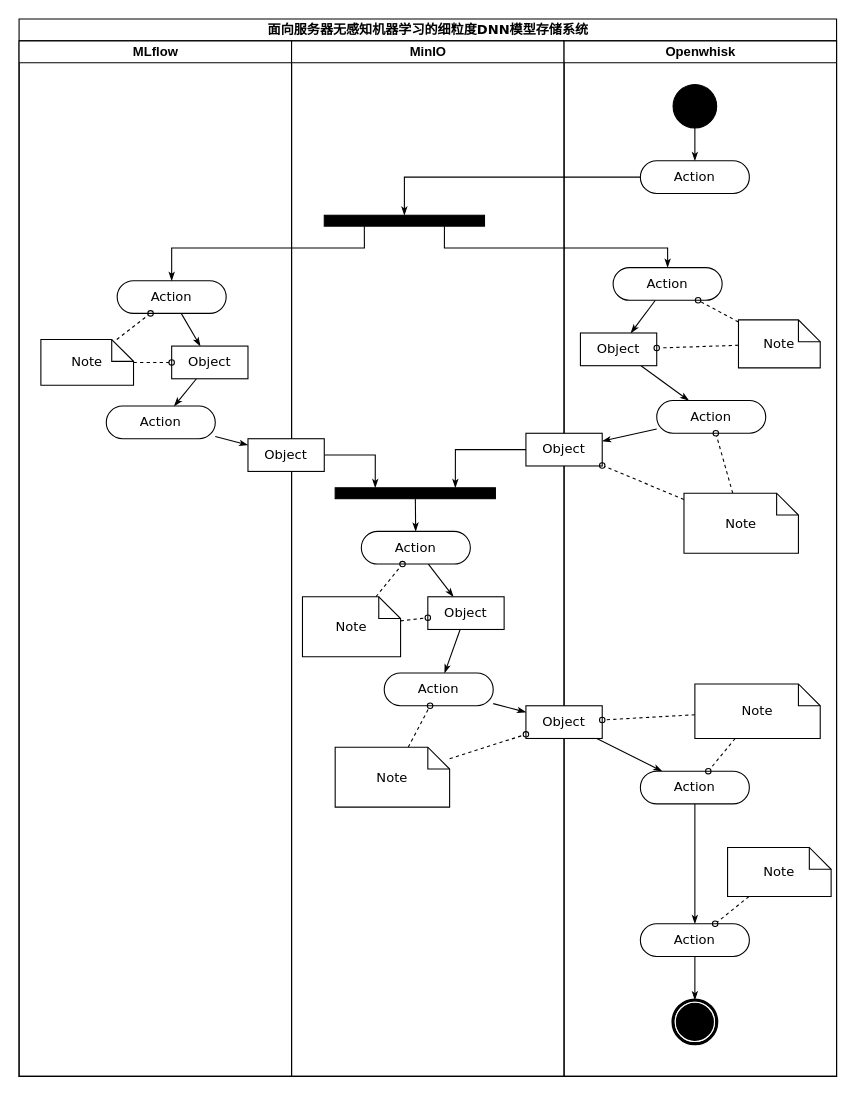
Above: 整体活动图.drawio in RexZheng-cug/chart (draw.io), before the change. Source tidied: cells renumbered, new cells numbered last; positions are measured from the earlier drawing's top-left corner, leaving out a move shared by most shapes. Both pictures are drawn from the tidied source at 109%, with x=0, y=0 at pixel (19, 19).
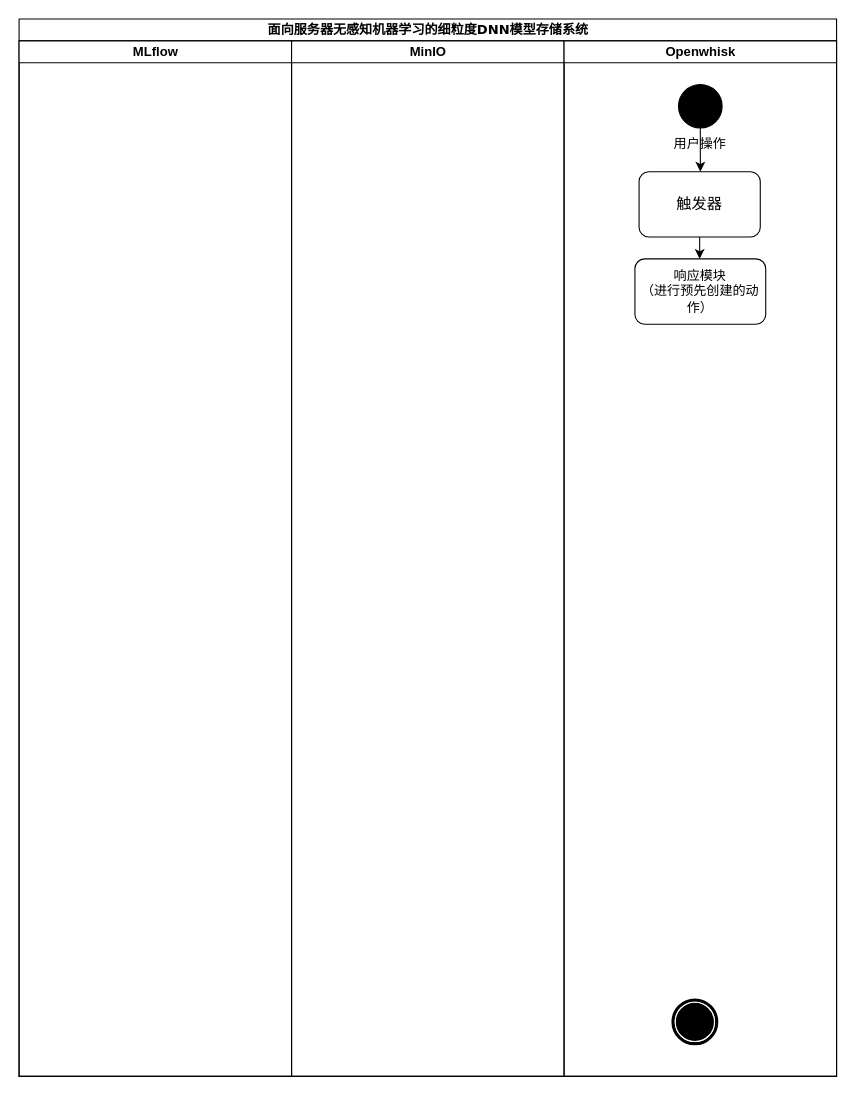
After the change.

Commit message (it also covers changes not shown here):
更新整体活动图.drawio

Unchanged cells that the change refers to:
```xml
<mxCell id="2" value="面向服务器无感知机器学习的细粒度DNN模型存储系统" style="swimlane;html=1;startSize=20;rounded=0;shadow=0;comic=0;labelBackgroundColor=none;strokeWidth=1;fontFamily=Verdana;fontSize=12;align=center;" parent="1" vertex="1">
  <mxGeometry width="750" height="970" as="geometry" />
</mxCell>
<mxCell id="3" value="MLflow" style="swimlane;html=1;startSize=20;" parent="2" vertex="1">
  <mxGeometry y="20" width="250" height="950" as="geometry" />
</mxCell>
<mxCell id="12" value="MinIO" style="swimlane;html=1;startSize=20;" parent="2" vertex="1">
  <mxGeometry x="250" y="20" width="250" height="950" as="geometry" />
</mxCell>
<mxCell id="28" value="Openwhisk" style="swimlane;html=1;startSize=20;" parent="2" vertex="1">
  <mxGeometry x="500" y="20" width="250" height="950" as="geometry" />
</mxCell>
<mxCell id="45" style="shape=mxgraph.bpmn.shape;html=1;verticalLabelPosition=bottom;labelBackgroundColor=#ffffff;verticalAlign=top;perimeter=ellipsePerimeter;outline=end;symbol=terminate;rounded=0;shadow=0;comic=0;strokeWidth=1;fontFamily=Verdana;fontSize=12;align=center;" parent="28" vertex="1">
  <mxGeometry x="100" y="880" width="40" height="40" as="geometry" />
</mxCell>
```

Change to the diagram source:
```diff
@@
-    <mxCell id="4" style="edgeStyle=none;rounded=0;html=1;labelBackgroundColor=none;startArrow=none;startFill=0;startSize=5;endArrow=classicThin;endFill=1;endSize=5;jettySize=auto;strokeWidth=1;fontFamily=Verdana;fontSize=12;" parent="3" edge="1" source="5" target="8">
-      <mxGeometry relative="1" as="geometry" />
-    </mxCell>
-    <mxCell id="5" value="Action" style="rounded=1;whiteSpace=wrap;html=1;shadow=0;comic=0;labelBackgroundColor=none;strokeWidth=1;fontFamily=Verdana;fontSize=12;align=center;arcSize=50;" parent="3" vertex="1">
-      <mxGeometry x="90" y="220" width="100" height="30" as="geometry" />
-    </mxCell>
-    <mxCell id="6" value="Action" style="rounded=1;whiteSpace=wrap;html=1;shadow=0;comic=0;labelBackgroundColor=none;strokeWidth=1;fontFamily=Verdana;fontSize=12;align=center;arcSize=50;" parent="3" vertex="1">
-      <mxGeometry x="80" y="335" width="100" height="30" as="geometry" />
-    </mxCell>
-    <mxCell id="7" style="edgeStyle=none;rounded=0;html=1;labelBackgroundColor=none;startArrow=none;startFill=0;startSize=5;endArrow=classicThin;endFill=1;endSize=5;jettySize=auto;strokeWidth=1;fontFamily=Verdana;fontSize=12;" parent="3" edge="1" source="8" target="6">
-      <mxGeometry relative="1" as="geometry" />
-    </mxCell>
-    <mxCell id="8" value="Object" style="rounded=0;whiteSpace=wrap;html=1;shadow=0;comic=0;labelBackgroundColor=none;strokeWidth=1;fontFamily=Verdana;fontSize=12;align=center;arcSize=50;" parent="3" vertex="1">
-      <mxGeometry x="140" y="280" width="70" height="30" as="geometry" />
-    </mxCell>
-    <mxCell id="9" style="edgeStyle=none;rounded=0;html=1;labelBackgroundColor=none;startArrow=none;startFill=0;startSize=5;endArrow=oval;endFill=0;endSize=5;jettySize=auto;strokeWidth=1;fontFamily=Verdana;fontSize=12;dashed=1;" parent="3" edge="1" source="11" target="5">
-      <mxGeometry relative="1" as="geometry" />
-    </mxCell>
-    <mxCell id="10" style="edgeStyle=none;rounded=0;html=1;dashed=1;labelBackgroundColor=none;startArrow=none;startFill=0;startSize=5;endArrow=oval;endFill=0;endSize=5;jettySize=auto;strokeWidth=1;fontFamily=Verdana;fontSize=12;" parent="3" edge="1" source="11" target="8">
-      <mxGeometry relative="1" as="geometry" />
-    </mxCell>
-    <mxCell id="11" value="Note" style="shape=note;whiteSpace=wrap;html=1;rounded=0;shadow=0;comic=0;labelBackgroundColor=none;strokeWidth=1;fontFamily=Verdana;fontSize=12;align=center;size=20;" parent="3" vertex="1">
-      <mxGeometry x="20" y="274" width="85" height="42" as="geometry" />
-    </mxCell>
@@
-    <mxCell id="13" style="whiteSpace=wrap;html=1;rounded=0;shadow=0;comic=0;labelBackgroundColor=none;strokeWidth=1;fillColor=#000000;fontFamily=Verdana;fontSize=12;align=center;rotation=0;" parent="12" vertex="1">
-      <mxGeometry x="30" y="160" width="147" height="10" as="geometry" />
-    </mxCell>
-    <mxCell id="14" style="edgeStyle=none;rounded=0;html=1;labelBackgroundColor=none;startArrow=none;startFill=0;startSize=5;endArrow=classicThin;endFill=1;endSize=5;jettySize=auto;strokeWidth=1;fontFamily=Verdana;fontSize=12;" parent="12" edge="1" source="15" target="21">
-      <mxGeometry relative="1" as="geometry" />
-    </mxCell>
-    <mxCell id="15" value="Action" style="rounded=1;whiteSpace=wrap;html=1;shadow=0;comic=0;labelBackgroundColor=none;strokeWidth=1;fontFamily=Verdana;fontSize=12;align=center;arcSize=50;" parent="12" vertex="1">
-      <mxGeometry x="64" y="450" width="100" height="30" as="geometry" />
-    </mxCell>
-    <mxCell id="16" style="edgeStyle=none;rounded=0;html=1;labelBackgroundColor=none;startArrow=none;startFill=0;startSize=5;endArrow=classicThin;endFill=1;endSize=5;jettySize=auto;strokeWidth=1;fontFamily=Verdana;fontSize=12;" parent="12" edge="1" source="17" target="15">
-      <mxGeometry relative="1" as="geometry" />
-    </mxCell>
-    <mxCell id="17" style="whiteSpace=wrap;html=1;rounded=0;shadow=0;comic=0;labelBackgroundColor=none;strokeWidth=1;fillColor=#000000;fontFamily=Verdana;fontSize=12;align=center;rotation=0;" parent="12" vertex="1">
-      <mxGeometry x="40" y="410" width="147" height="10" as="geometry" />
-    </mxCell>
-    <mxCell id="18" style="edgeStyle=orthogonalEdgeStyle;rounded=0;html=1;entryX=0.25;entryY=0;labelBackgroundColor=none;startArrow=none;startFill=0;startSize=5;endArrow=classicThin;endFill=1;endSize=5;jettySize=auto;strokeWidth=1;fontFamily=Verdana;fontSize=12;" parent="12" edge="1" source="19" target="17">
-      <mxGeometry relative="1" as="geometry" />
-    </mxCell>
-    <mxCell id="19" value="Object" style="rounded=0;whiteSpace=wrap;html=1;shadow=0;comic=0;labelBackgroundColor=none;strokeWidth=1;fontFamily=Verdana;fontSize=12;align=center;arcSize=50;" parent="12" vertex="1">
-      <mxGeometry x="-40" y="365" width="70" height="30" as="geometry" />
-    </mxCell>
-    <mxCell id="20" style="edgeStyle=none;rounded=0;html=1;labelBackgroundColor=none;startArrow=none;startFill=0;startSize=5;endArrow=classicThin;endFill=1;endSize=5;jettySize=auto;strokeWidth=1;fontFamily=Verdana;fontSize=12;" parent="12" edge="1" source="21" target="22">
-      <mxGeometry relative="1" as="geometry" />
-    </mxCell>
-    <mxCell id="21" value="Object" style="rounded=0;whiteSpace=wrap;html=1;shadow=0;comic=0;labelBackgroundColor=none;strokeWidth=1;fontFamily=Verdana;fontSize=12;align=center;arcSize=50;" parent="12" vertex="1">
-      <mxGeometry x="125" y="510" width="70" height="30" as="geometry" />
-    </mxCell>
-    <mxCell id="22" value="Action" style="rounded=1;whiteSpace=wrap;html=1;shadow=0;comic=0;labelBackgroundColor=none;strokeWidth=1;fontFamily=Verdana;fontSize=12;align=center;arcSize=50;" parent="12" vertex="1">
-      <mxGeometry x="85" y="580" width="100" height="30" as="geometry" />
-    </mxCell>
-    <mxCell id="23" style="edgeStyle=none;rounded=0;html=1;dashed=1;labelBackgroundColor=none;startArrow=none;startFill=0;startSize=5;endArrow=oval;endFill=0;endSize=5;jettySize=auto;strokeWidth=1;fontFamily=Verdana;fontSize=12;" parent="12" edge="1" source="25" target="15">
-      <mxGeometry relative="1" as="geometry" />
-    </mxCell>
-    <mxCell id="24" style="edgeStyle=none;rounded=0;html=1;dashed=1;labelBackgroundColor=none;startArrow=none;startFill=0;startSize=5;endArrow=oval;endFill=0;endSize=5;jettySize=auto;strokeWidth=1;fontFamily=Verdana;fontSize=12;" parent="12" edge="1" source="25" target="21">
-      <mxGeometry relative="1" as="geometry" />
-    </mxCell>
-    <mxCell id="25" value="Note" style="shape=note;whiteSpace=wrap;html=1;rounded=0;shadow=0;comic=0;labelBackgroundColor=none;strokeWidth=1;fontFamily=Verdana;fontSize=12;align=center;size=20;" parent="12" vertex="1">
-      <mxGeometry x="10" y="510" width="90" height="55" as="geometry" />
-    </mxCell>
-    <mxCell id="26" style="edgeStyle=none;rounded=0;html=1;dashed=1;labelBackgroundColor=none;startArrow=none;startFill=0;startSize=5;endArrow=oval;endFill=0;endSize=5;jettySize=auto;strokeWidth=1;fontFamily=Verdana;fontSize=12;" parent="12" edge="1" source="27" target="22">
-      <mxGeometry relative="1" as="geometry" />
-    </mxCell>
-    <mxCell id="27" value="Note" style="shape=note;whiteSpace=wrap;html=1;rounded=0;shadow=0;comic=0;labelBackgroundColor=none;strokeWidth=1;fontFamily=Verdana;fontSize=12;align=center;size=20;" parent="12" vertex="1">
-      <mxGeometry x="40" y="648" width="105" height="55" as="geometry" />
-    </mxCell>
@@
-    <mxCell id="29" style="edgeStyle=orthogonalEdgeStyle;rounded=0;html=1;labelBackgroundColor=none;startArrow=none;startFill=0;startSize=5;endArrow=classicThin;endFill=1;endSize=5;jettySize=auto;strokeWidth=1;fontFamily=Verdana;fontSize=12;" parent="28" edge="1" source="30" target="31">
-      <mxGeometry relative="1" as="geometry" />
-    </mxCell>
     <mxCell id="30" style="ellipse;whiteSpace=wrap;html=1;rounded=0;shadow=0;comic=0;labelBackgroundColor=none;strokeWidth=1;fillColor=#000000;fontFamily=Verdana;fontSize=12;align=center;" parent="28" vertex="1">
-      <mxGeometry x="100" y="40" width="40" height="40" as="geometry" />
+      <mxGeometry x="105" y="40" width="40" height="40" as="geometry" />
     </mxCell>
-    <mxCell id="31" value="Action" style="rounded=1;whiteSpace=wrap;html=1;shadow=0;comic=0;labelBackgroundColor=none;strokeWidth=1;fontFamily=Verdana;fontSize=12;align=center;arcSize=50;" parent="28" vertex="1">
-      <mxGeometry x="70" y="110" width="100" height="30" as="geometry" />
-    </mxCell>
-    <mxCell id="32" style="rounded=0;html=1;labelBackgroundColor=none;startArrow=none;startFill=0;startSize=5;endArrow=classicThin;endFill=1;endSize=5;jettySize=auto;strokeWidth=1;fontFamily=Verdana;fontSize=12;" parent="28" edge="1" source="33" target="37">
-      <mxGeometry relative="1" as="geometry" />
-    </mxCell>
-    <mxCell id="33" value="Action" style="rounded=1;whiteSpace=wrap;html=1;shadow=0;comic=0;labelBackgroundColor=none;strokeWidth=1;fontFamily=Verdana;fontSize=12;align=center;arcSize=50;" parent="28" vertex="1">
-      <mxGeometry x="45" y="208" width="100" height="30" as="geometry" />
-    </mxCell>
-    <mxCell id="34" style="edgeStyle=none;rounded=0;html=1;labelBackgroundColor=none;startArrow=none;startFill=0;startSize=5;endArrow=classicThin;endFill=1;endSize=5;jettySize=auto;strokeWidth=1;fontFamily=Verdana;fontSize=12;" parent="28" edge="1" source="35" target="38">
-      <mxGeometry relative="1" as="geometry" />
-    </mxCell>
-    <mxCell id="35" value="Action" style="rounded=1;whiteSpace=wrap;html=1;shadow=0;comic=0;labelBackgroundColor=none;strokeWidth=1;fontFamily=Verdana;fontSize=12;align=center;arcSize=50;" parent="28" vertex="1">
-      <mxGeometry x="85" y="330" width="100" height="30" as="geometry" />
-    </mxCell>
-    <mxCell id="36" style="edgeStyle=none;rounded=0;html=1;labelBackgroundColor=none;startArrow=none;startFill=0;startSize=5;endArrow=classicThin;endFill=1;endSize=5;jettySize=auto;strokeWidth=1;fontFamily=Verdana;fontSize=12;" parent="28" edge="1" source="37" target="35">
-      <mxGeometry relative="1" as="geometry" />
-    </mxCell>
-    <mxCell id="37" value="Object" style="rounded=0;whiteSpace=wrap;html=1;shadow=0;comic=0;labelBackgroundColor=none;strokeWidth=1;fontFamily=Verdana;fontSize=12;align=center;arcSize=50;" parent="28" vertex="1">
-      <mxGeometry x="15" y="268" width="70" height="30" as="geometry" />
-    </mxCell>
-    <mxCell id="38" value="Object" style="rounded=0;whiteSpace=wrap;html=1;shadow=0;comic=0;labelBackgroundColor=none;strokeWidth=1;fontFamily=Verdana;fontSize=12;align=center;arcSize=50;" parent="28" vertex="1">
-      <mxGeometry x="-35" y="360" width="70" height="30" as="geometry" />
-    </mxCell>
-    <mxCell id="39" style="edgeStyle=none;rounded=0;html=1;labelBackgroundColor=none;startArrow=none;startFill=0;startSize=5;endArrow=classicThin;endFill=1;endSize=5;jettySize=auto;strokeWidth=1;fontFamily=Verdana;fontSize=12;" parent="28" edge="1" source="40" target="42">
-      <mxGeometry relative="1" as="geometry" />
-    </mxCell>
-    <mxCell id="40" value="Object" style="rounded=0;whiteSpace=wrap;html=1;shadow=0;comic=0;labelBackgroundColor=none;strokeWidth=1;fontFamily=Verdana;fontSize=12;align=center;arcSize=50;" parent="28" vertex="1">
-      <mxGeometry x="-35" y="610" width="70" height="30" as="geometry" />
-    </mxCell>
-    <mxCell id="41" style="edgeStyle=none;rounded=0;html=1;labelBackgroundColor=none;startArrow=none;startFill=0;startSize=5;endArrow=classicThin;endFill=1;endSize=5;jettySize=auto;strokeWidth=1;fontFamily=Verdana;fontSize=12;" parent="28" edge="1" source="42" target="44">
-      <mxGeometry relative="1" as="geometry" />
-    </mxCell>
-    <mxCell id="42" value="Action" style="rounded=1;whiteSpace=wrap;html=1;shadow=0;comic=0;labelBackgroundColor=none;strokeWidth=1;fontFamily=Verdana;fontSize=12;align=center;arcSize=50;" parent="28" vertex="1">
-      <mxGeometry x="70" y="670" width="100" height="30" as="geometry" />
-    </mxCell>
-    <mxCell id="43" style="edgeStyle=none;rounded=0;html=1;labelBackgroundColor=none;startArrow=none;startFill=0;startSize=5;endArrow=classicThin;endFill=1;endSize=5;jettySize=auto;strokeWidth=1;fontFamily=Verdana;fontSize=12;" parent="28" edge="1" source="44" target="45">
-      <mxGeometry relative="1" as="geometry" />
-    </mxCell>
-    <mxCell id="44" value="Action" style="rounded=1;whiteSpace=wrap;html=1;shadow=0;comic=0;labelBackgroundColor=none;strokeWidth=1;fontFamily=Verdana;fontSize=12;align=center;arcSize=50;" parent="28" vertex="1">
-      <mxGeometry x="70" y="810" width="100" height="30" as="geometry" />
-    </mxCell>
@@
-    <mxCell id="46" style="edgeStyle=none;rounded=0;html=1;dashed=1;labelBackgroundColor=none;startArrow=none;startFill=0;startSize=5;endArrow=oval;endFill=0;endSize=5;jettySize=auto;strokeWidth=1;fontFamily=Verdana;fontSize=12;" parent="28" edge="1" source="48" target="33">
-      <mxGeometry relative="1" as="geometry" />
-    </mxCell>
-    <mxCell id="47" style="edgeStyle=none;rounded=0;html=1;dashed=1;labelBackgroundColor=none;startArrow=none;startFill=0;startSize=5;endArrow=oval;endFill=0;endSize=5;jettySize=auto;strokeWidth=1;fontFamily=Verdana;fontSize=12;" parent="28" edge="1" source="48" target="37">
-      <mxGeometry relative="1" as="geometry" />
-    </mxCell>
-    <mxCell id="48" value="Note" style="shape=note;whiteSpace=wrap;html=1;rounded=0;shadow=0;comic=0;labelBackgroundColor=none;strokeWidth=1;fontFamily=Verdana;fontSize=12;align=center;size=20;" parent="28" vertex="1">
-      <mxGeometry x="160" y="256" width="75" height="44" as="geometry" />
-    </mxCell>
-    <mxCell id="49" style="edgeStyle=none;rounded=0;html=1;dashed=1;labelBackgroundColor=none;startArrow=none;startFill=0;startSize=5;endArrow=oval;endFill=0;endSize=5;jettySize=auto;strokeWidth=1;fontFamily=Verdana;fontSize=12;" parent="28" edge="1" source="51" target="35">
-      <mxGeometry relative="1" as="geometry" />
-    </mxCell>
-    <mxCell id="50" style="edgeStyle=none;rounded=0;html=1;dashed=1;labelBackgroundColor=none;startArrow=none;startFill=0;startSize=5;endArrow=oval;endFill=0;endSize=5;jettySize=auto;strokeWidth=1;fontFamily=Verdana;fontSize=12;" parent="28" edge="1" source="51" target="38">
-      <mxGeometry relative="1" as="geometry" />
-    </mxCell>
-    <mxCell id="51" value="Note" style="shape=note;whiteSpace=wrap;html=1;rounded=0;shadow=0;comic=0;labelBackgroundColor=none;strokeWidth=1;fontFamily=Verdana;fontSize=12;align=center;size=20;" parent="28" vertex="1">
-      <mxGeometry x="110" y="415" width="105" height="55" as="geometry" />
-    </mxCell>
-    <mxCell id="52" style="edgeStyle=none;rounded=0;html=1;dashed=1;labelBackgroundColor=none;startArrow=none;startFill=0;startSize=5;endArrow=oval;endFill=0;endSize=5;jettySize=auto;strokeWidth=1;fontFamily=Verdana;fontSize=12;" parent="28" edge="1" source="54" target="42">
-      <mxGeometry relative="1" as="geometry" />
-    </mxCell>
-    <mxCell id="53" style="edgeStyle=none;rounded=0;html=1;dashed=1;labelBackgroundColor=none;startArrow=none;startFill=0;startSize=5;endArrow=oval;endFill=0;endSize=5;jettySize=auto;strokeWidth=1;fontFamily=Verdana;fontSize=12;" parent="28" edge="1" source="54" target="40">
-      <mxGeometry relative="1" as="geometry" />
-    </mxCell>
-    <mxCell id="54" value="Note" style="shape=note;whiteSpace=wrap;html=1;rounded=0;shadow=0;comic=0;labelBackgroundColor=none;strokeWidth=1;fontFamily=Verdana;fontSize=12;align=center;size=20;" parent="28" vertex="1">
-      <mxGeometry x="120" y="590" width="115" height="50" as="geometry" />
-    </mxCell>
-    <mxCell id="55" style="edgeStyle=none;rounded=0;html=1;dashed=1;labelBackgroundColor=none;startArrow=none;startFill=0;startSize=5;endArrow=oval;endFill=0;endSize=5;jettySize=auto;strokeWidth=1;fontFamily=Verdana;fontSize=12;" parent="28" edge="1" source="56" target="44">
-      <mxGeometry relative="1" as="geometry" />
-    </mxCell>
-    <mxCell id="56" value="Note" style="shape=note;whiteSpace=wrap;html=1;rounded=0;shadow=0;comic=0;labelBackgroundColor=none;strokeWidth=1;fontFamily=Verdana;fontSize=12;align=center;size=20;" parent="28" vertex="1">
-      <mxGeometry x="150" y="740" width="95" height="45" as="geometry" />
-    </mxCell>
-    <mxCell id="57" style="edgeStyle=orthogonalEdgeStyle;rounded=0;html=1;entryX=0.5;entryY=0;labelBackgroundColor=none;startArrow=none;startFill=0;startSize=5;endArrow=classicThin;endFill=1;endSize=5;jettySize=auto;strokeWidth=1;fontFamily=Verdana;fontSize=12;" parent="2" edge="1" source="31" target="13">
-      <mxGeometry relative="1" as="geometry">
-        <Array as="points">
-          <mxPoint x="354" y="145" />
-        </Array>
-      </mxGeometry>
-    </mxCell>
-    <mxCell id="58" style="edgeStyle=orthogonalEdgeStyle;rounded=0;html=1;exitX=0.75;exitY=1;labelBackgroundColor=none;startArrow=none;startFill=0;startSize=5;endArrow=classicThin;endFill=1;endSize=5;jettySize=auto;strokeWidth=1;fontFamily=Verdana;fontSize=12;" parent="2" edge="1" source="13" target="33">
-      <mxGeometry relative="1" as="geometry">
-        <Array as="points">
-          <mxPoint x="390" y="210" />
-          <mxPoint x="595" y="210" />
-        </Array>
-      </mxGeometry>
-    </mxCell>
-    <mxCell id="59" style="edgeStyle=orthogonalEdgeStyle;rounded=0;html=1;exitX=0.25;exitY=1;entryX=0.5;entryY=0;labelBackgroundColor=none;startArrow=none;startFill=0;startSize=5;endArrow=classicThin;endFill=1;endSize=5;jettySize=auto;strokeWidth=1;fontFamily=Verdana;fontSize=12;" parent="2" edge="1" source="13" target="5">
-      <mxGeometry relative="1" as="geometry">
-        <Array as="points">
-          <mxPoint x="317" y="210" />
-          <mxPoint x="140" y="210" />
-        </Array>
-      </mxGeometry>
-    </mxCell>
-    <mxCell id="60" style="edgeStyle=orthogonalEdgeStyle;rounded=0;html=1;entryX=0.75;entryY=0;labelBackgroundColor=none;startArrow=none;startFill=0;startSize=5;endArrow=classicThin;endFill=1;endSize=5;jettySize=auto;strokeWidth=1;fontFamily=Verdana;fontSize=12;" parent="2" edge="1" source="38" target="17">
-      <mxGeometry relative="1" as="geometry" />
-    </mxCell>
-    <mxCell id="61" style="edgeStyle=none;rounded=0;html=1;labelBackgroundColor=none;startArrow=none;startFill=0;startSize=5;endArrow=classicThin;endFill=1;endSize=5;jettySize=auto;strokeWidth=1;fontFamily=Verdana;fontSize=12;" parent="2" edge="1" source="6" target="19">
-      <mxGeometry relative="1" as="geometry" />
-    </mxCell>
-    <mxCell id="62" style="edgeStyle=none;rounded=0;html=1;labelBackgroundColor=none;startArrow=none;startFill=0;startSize=5;endArrow=classicThin;endFill=1;endSize=5;jettySize=auto;strokeWidth=1;fontFamily=Verdana;fontSize=12;" parent="2" edge="1" source="22" target="40">
-      <mxGeometry relative="1" as="geometry" />
-    </mxCell>
-    <mxCell id="63" style="edgeStyle=none;rounded=0;html=1;dashed=1;labelBackgroundColor=none;startArrow=none;startFill=0;startSize=5;endArrow=oval;endFill=0;endSize=5;jettySize=auto;strokeWidth=1;fontFamily=Verdana;fontSize=12;" parent="2" edge="1" source="27" target="40">
-      <mxGeometry relative="1" as="geometry" />
-    </mxCell>
+    <mxCell id="64" style="edgeStyle=orthogonalEdgeStyle;rounded=0;jettySize=auto;html=1;" parent="28" edge="1" source="65" target="67">
+      <mxGeometry relative="1" as="geometry" />
+    </mxCell>
+    <mxCell id="65" value="&lt;font style=&quot;font-size: 14px;&quot;&gt;触发器&lt;/font&gt;" style="rounded=1;whiteSpace=wrap;html=1;" parent="28" vertex="1">
+      <mxGeometry x="68.8" y="120" width="111.2" height="60" as="geometry" />
+    </mxCell>
+    <mxCell id="66" value="用户操作" style="text;html=1;strokeColor=none;fillColor=none;align=center;verticalAlign=middle;whiteSpace=wrap;rounded=0;" parent="28" vertex="1">
+      <mxGeometry x="95" y="80" width="60" height="30" as="geometry" />
+    </mxCell>
+    <mxCell id="67" value="响应模块&lt;br&gt;（进行预先创建的动作）" style="whiteSpace=wrap;html=1;rounded=1;" parent="28" vertex="1">
+      <mxGeometry x="65" y="200" width="120" height="60" as="geometry" />
+    </mxCell>
+    <mxCell id="68" style="endArrow=classic;html=1;rounded=0;exitX=0.5;exitY=1;exitDx=0;exitDy=0;" parent="1" edge="1" source="30">
+      <mxGeometry relative="1" as="geometry">
+        <mxPoint x="625" y="140" as="targetPoint" />
+      </mxGeometry>
+    </mxCell>
```
